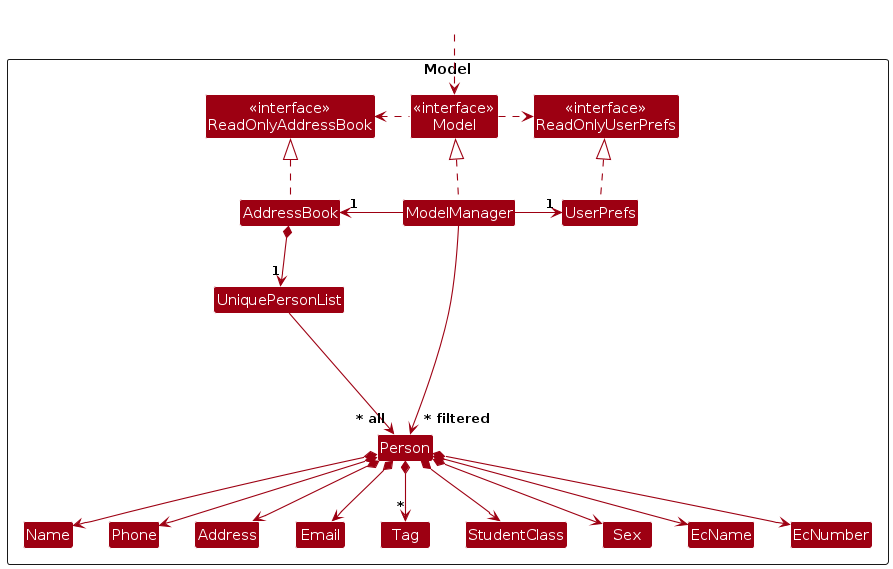
AY2425S1-CS2103-F12-4/tp keeps this PlantUML diagram as diagrams/ModelClassDiagram.png. Above is the earlier version. Its source is kept beside it as diagrams/ModelClassDiagram.puml.
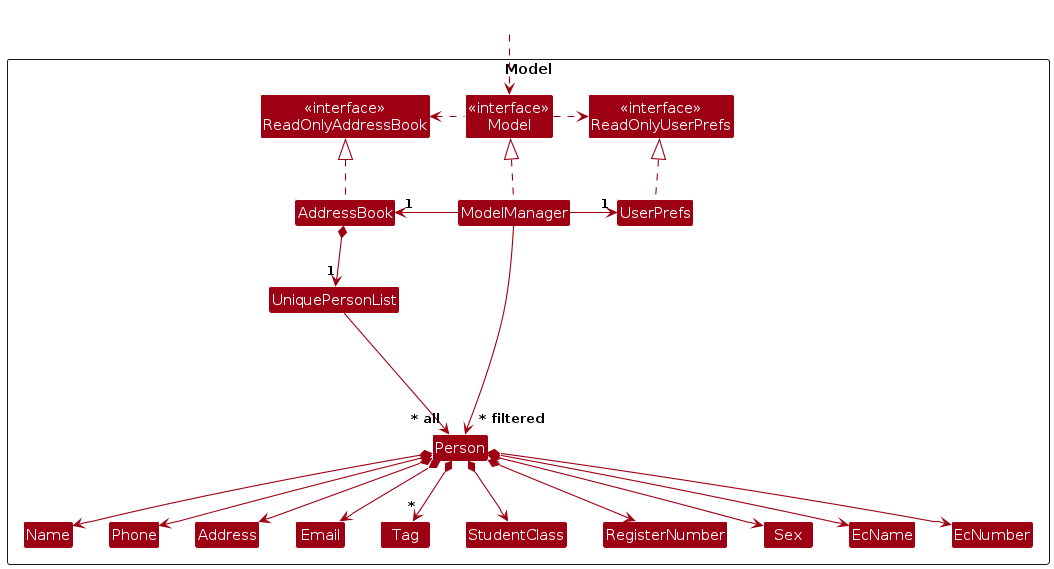
The same diagram one commit later.

Diff of the diagram source:
```diff
@@ -20,6 +20,7 @@
 Class Phone
 Class Tag
 Class StudentClass
+Class RegisterNumber
 Class Sex
 Class EcName
 Class EcNumber
@@ -47,6 +48,7 @@
 Person *--> Address
 Person *--> "*" Tag
 Person *--> StudentClass
+Person *--> RegisterNumber
 Person *--> Sex
 Person *--> EcName
 Person *--> EcNumber
```
